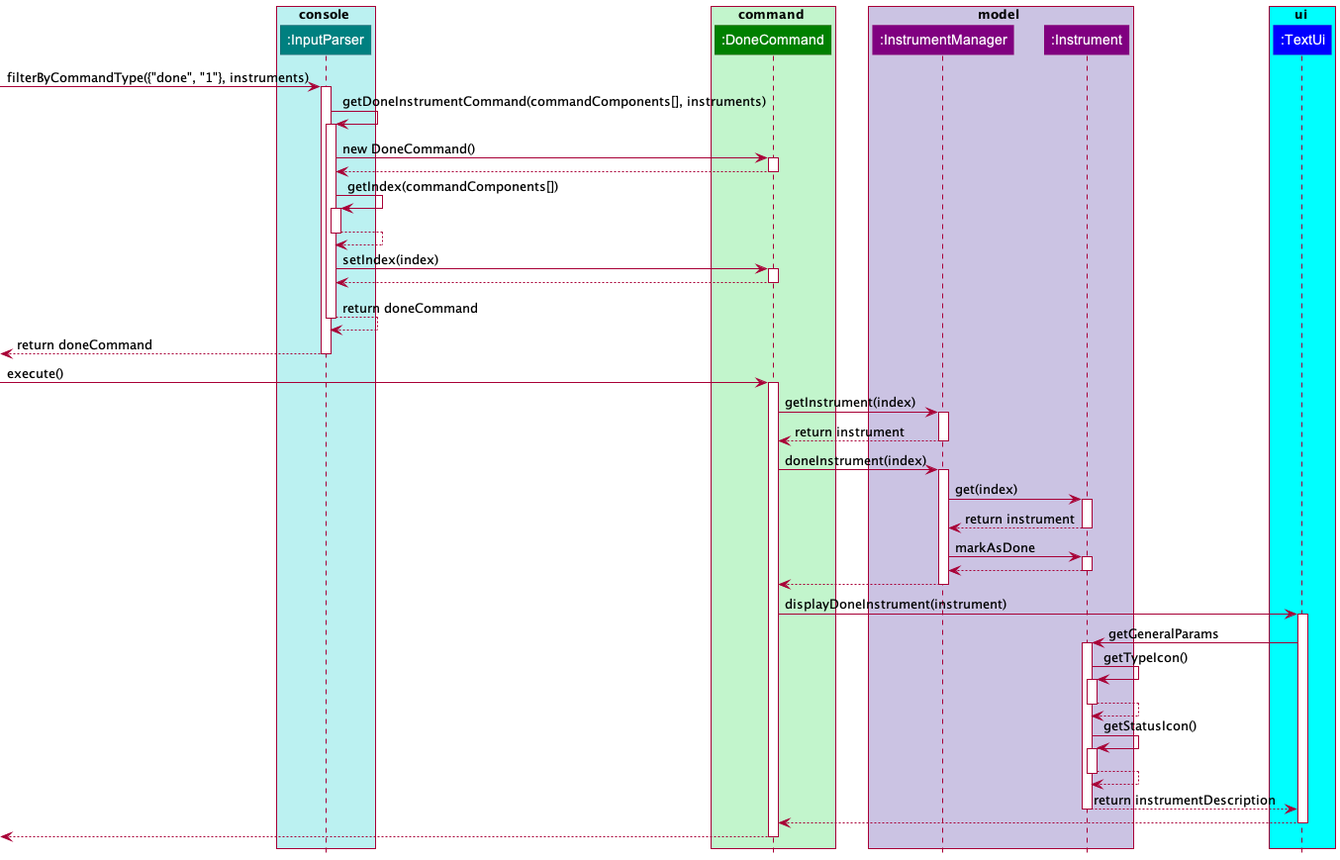
Above: docs/images/DoneCryptoSequenceDiagram.png in williamlamjy/mTracker (PlantUML), before the change.
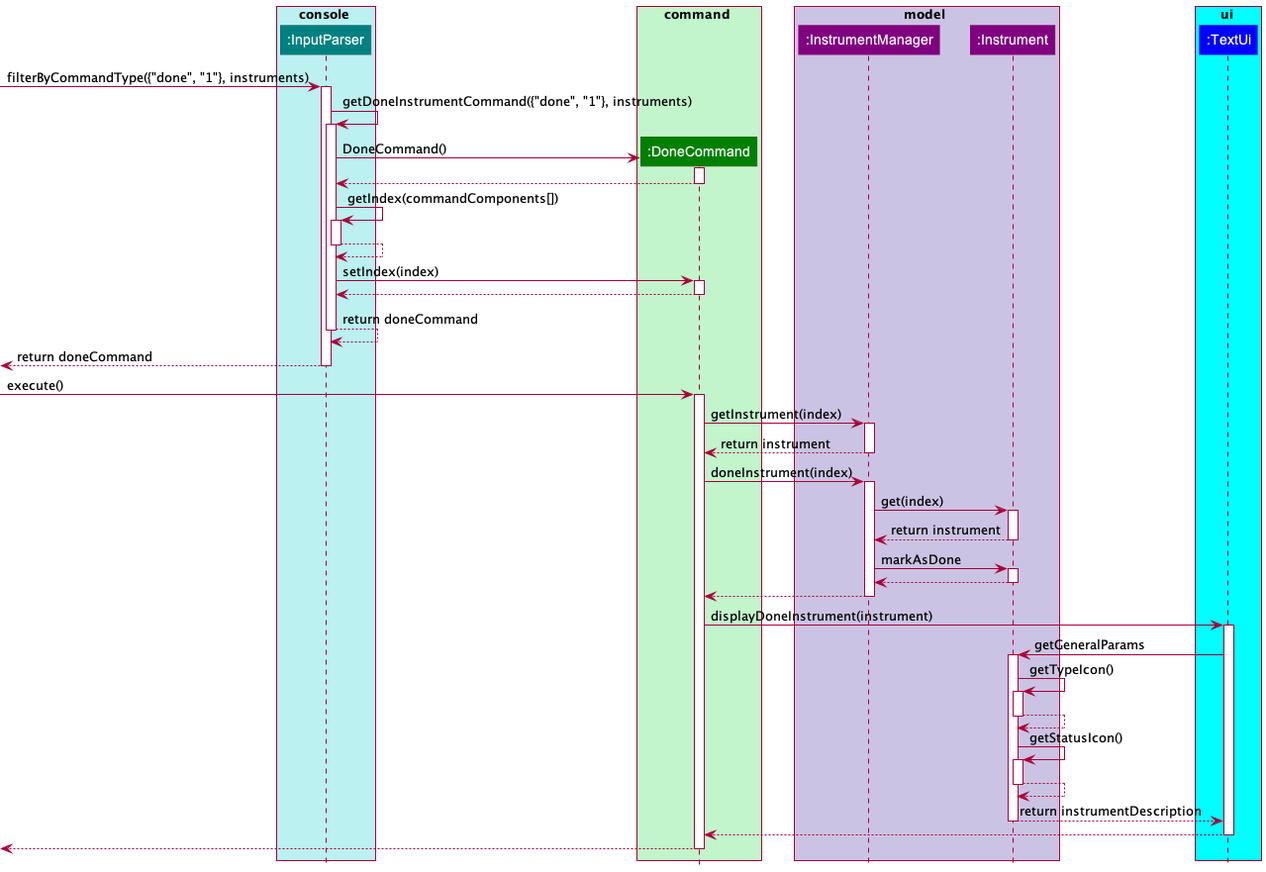
The same file after the commit.

What changed in the source:
```diff
@@ -22,10 +22,11 @@
 [-> InputParser : filterByCommandType({"done", "1"}, instruments)
 activate InputParser
 
-InputParser ->InputParser: getDoneInstrumentCommand(commandComponents[], instruments)
+InputParser ->InputParser: getDoneInstrumentCommand({"done", "1"}, instruments)
 activate InputParser
 
-InputParser-> DoneCommand : new DoneCommand()
+create DoneCommand
+InputParser-> DoneCommand :DoneCommand()
 activate DoneCommand
 DoneCommand --> InputParser
 deactivate DoneCommand
```
